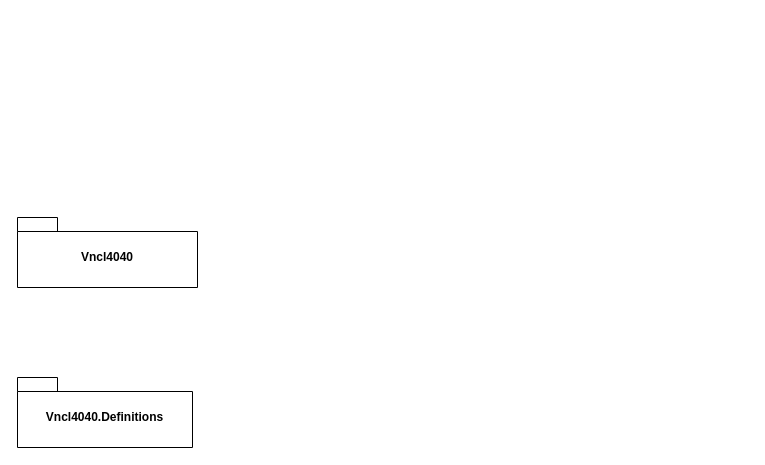
The draw.io diagram src/devices/Vcnl4040/architecture.drawio in dotnet/iot, before the edit. Source tidied: cells renumbered, new cells numbered last; positions are measured from the earlier drawing's top-left corner, leaving out a move shared by most shapes. Both pictures are drawn from the tidied source at 100%, with x=0, y=0 at pixel (17, 217).
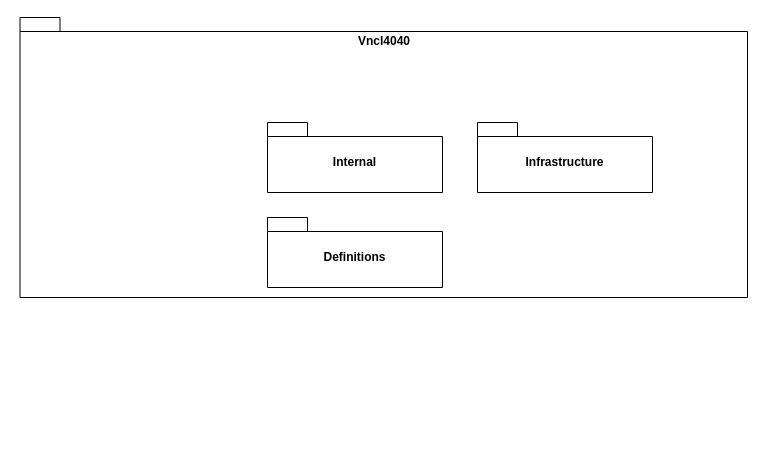
The same diagram, later.

Change to the diagram source:
```diff
@@
 <mxGraphModel>
   <root>
     <mxCell id="0" />
     <mxCell id="1" parent="0" />
-    <mxCell id="2" value="Vncl4040" style="shape=folder;fontStyle=1;spacingTop=10;tabWidth=40;tabHeight=14;tabPosition=left;html=1;whiteSpace=wrap;" parent="1" vertex="1">
-      <mxGeometry width="180" height="70" as="geometry" />
+    <mxCell id="2" value="Vncl4040" style="shape=folder;fontStyle=1;spacingTop=10;tabWidth=40;tabHeight=14;tabPosition=left;html=1;whiteSpace=wrap;align=center;verticalAlign=top;" parent="1" vertex="1">
+      <mxGeometry x="2.5" y="-200" width="727.5" height="280" as="geometry" />
     </mxCell>
-    <mxCell id="3" value="Vncl4040.Definitions" style="shape=folder;fontStyle=1;spacingTop=10;tabWidth=40;tabHeight=14;tabPosition=left;html=1;whiteSpace=wrap;" parent="1" vertex="1">
-      <mxGeometry y="160" width="175" height="70" as="geometry" />
+    <mxCell id="3" value="Definitions" style="shape=folder;fontStyle=1;spacingTop=10;tabWidth=40;tabHeight=14;tabPosition=left;html=1;whiteSpace=wrap;" parent="1" vertex="1">
+      <mxGeometry x="250" width="175" height="70" as="geometry" />
     </mxCell>
+    <mxCell id="4" value="Internal" style="shape=folder;fontStyle=1;spacingTop=10;tabWidth=40;tabHeight=14;tabPosition=left;html=1;whiteSpace=wrap;" parent="1" vertex="1">
+      <mxGeometry x="250" y="-95" width="175" height="70" as="geometry" />
+    </mxCell>
+    <mxCell id="5" value="Infrastructure" style="shape=folder;fontStyle=1;spacingTop=10;tabWidth=40;tabHeight=14;tabPosition=left;html=1;whiteSpace=wrap;" parent="1" vertex="1">
+      <mxGeometry x="460" y="-95" width="175" height="70" as="geometry" />
+    </mxCell>
   </root>
 </mxGraphModel>
```
